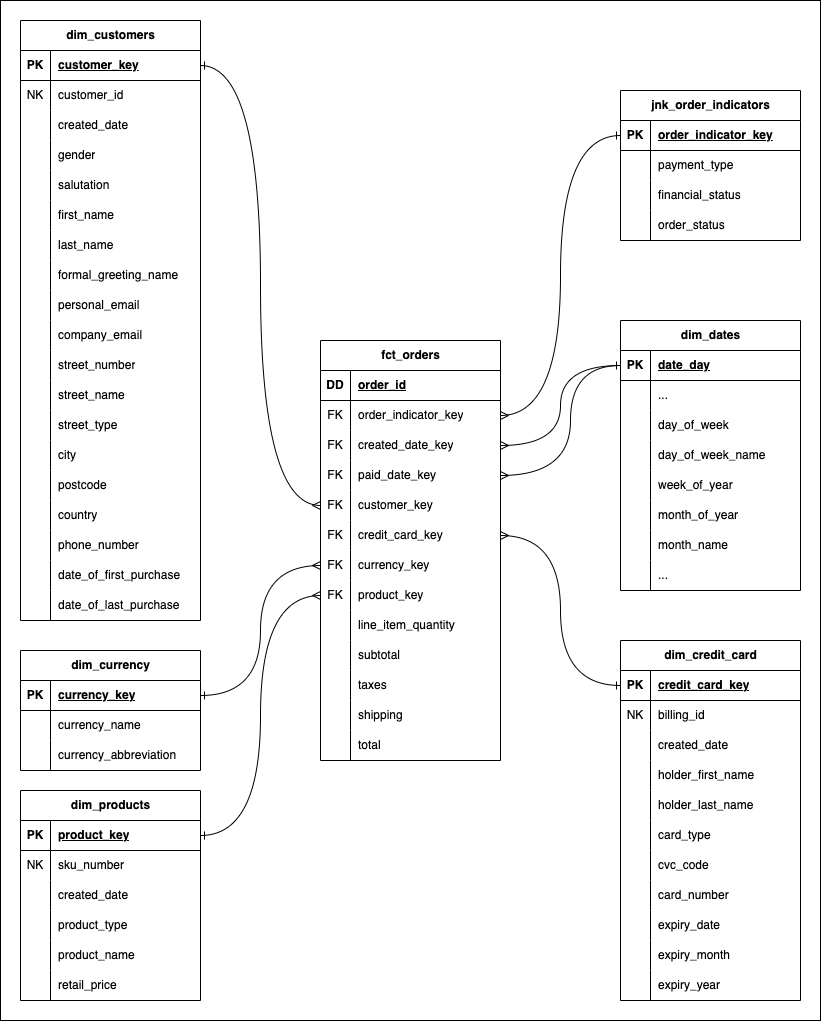
The draw.io diagram slamco/assets/readme_sales_model.drawio.png in s-tlm/dbt-project, before a commit. Source tidied: cells renumbered, new cells last; positions are measured from the earlier drawing's top-left corner, leaving out a move shared by most shapes.
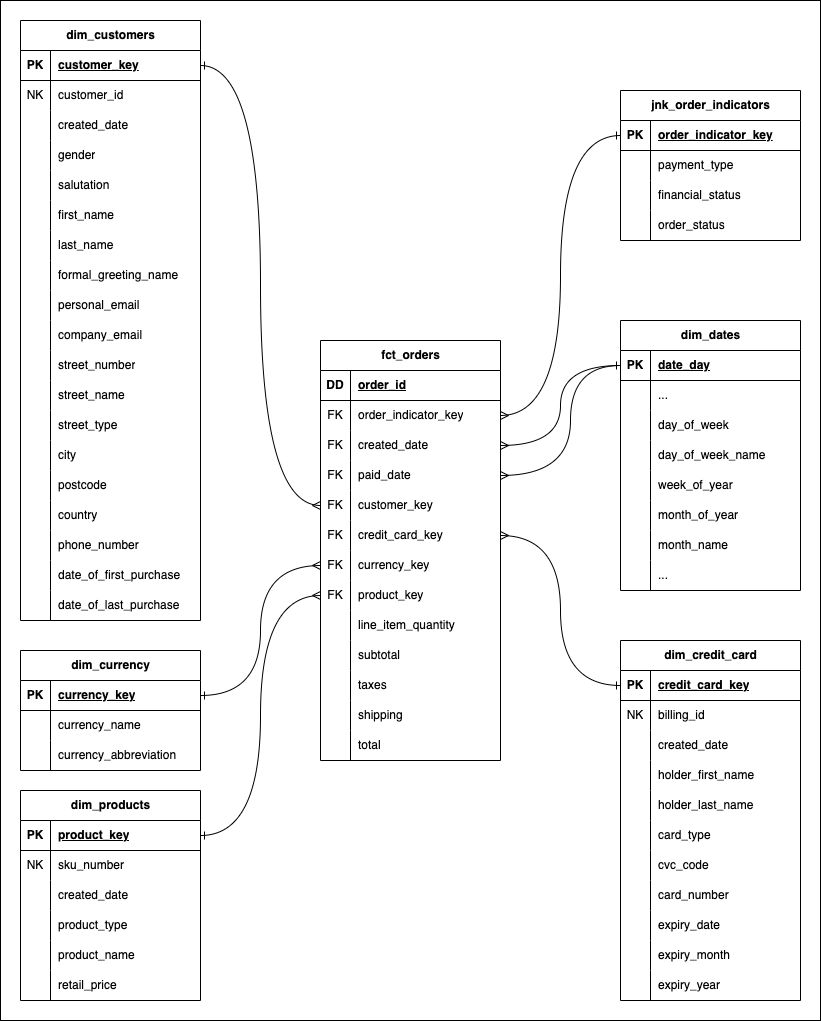
Above is the later version.

Diff of the diagram source:
```diff
@@ -263,7 +263,7 @@
     <mxCell id="88" value="FK" style="shape=partialRectangle;fillColor=none;top=0;left=0;bottom=0;right=0;overflow=hidden;whiteSpace=wrap;html=1;" parent="87" vertex="1">
       <mxGeometry width="30" height="30" as="geometry" />
     </mxCell>
-    <mxCell id="89" value="created_date_key" style="shape=partialRectangle;fillColor=none;top=0;left=0;bottom=0;right=0;align=left;spacingLeft=6;overflow=hidden;whiteSpace=wrap;html=1;" parent="87" vertex="1">
+    <mxCell id="89" value="created_date" style="shape=partialRectangle;fillColor=none;top=0;left=0;bottom=0;right=0;align=left;spacingLeft=6;overflow=hidden;whiteSpace=wrap;html=1;" parent="87" vertex="1">
       <mxGeometry x="30" width="150" height="30" as="geometry" />
     </mxCell>
     <mxCell id="90" style="shape=tableRow;horizontal=0;startSize=0;swimlaneHead=0;swimlaneBody=0;fillColor=none;points=[[0,0.5],[1,0.5]];portConstraint=eastwest;top=0;left=0;right=0;bottom=0;" parent="80" vertex="1">
@@ -272,7 +272,7 @@
     <mxCell id="91" value="FK" style="shape=partialRectangle;fillColor=none;top=0;left=0;bottom=0;right=0;overflow=hidden;whiteSpace=wrap;html=1;" parent="90" vertex="1">
       <mxGeometry width="30" height="30" as="geometry" />
     </mxCell>
-    <mxCell id="92" value="paid_date_key" style="shape=partialRectangle;fillColor=none;top=0;left=0;bottom=0;right=0;align=left;spacingLeft=6;overflow=hidden;whiteSpace=wrap;html=1;" parent="90" vertex="1">
+    <mxCell id="92" value="paid_date" style="shape=partialRectangle;fillColor=none;top=0;left=0;bottom=0;right=0;align=left;spacingLeft=6;overflow=hidden;whiteSpace=wrap;html=1;" parent="90" vertex="1">
       <mxGeometry x="30" width="150" height="30" as="geometry" />
     </mxCell>
     <mxCell id="93" style="shape=tableRow;horizontal=0;startSize=0;swimlaneHead=0;swimlaneBody=0;fillColor=none;points=[[0,0.5],[1,0.5]];portConstraint=eastwest;top=0;left=0;right=0;bottom=0;" parent="80" vertex="1">
```
